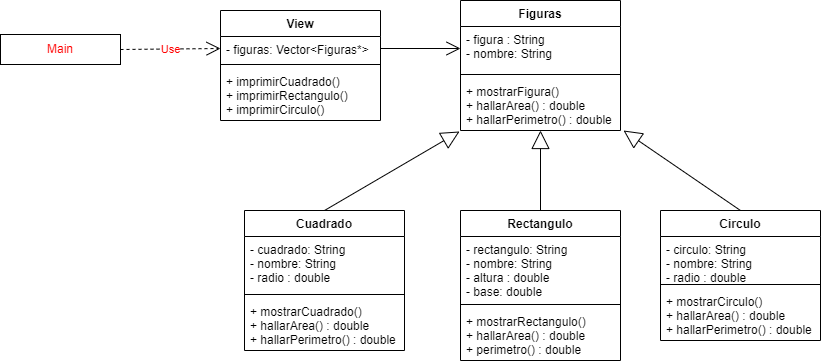
JuanRx19/FigurasPolimorfismo keeps this draw.io diagram as FigurasGeometricas.drawio.png. Above is the earlier version. Source tidied: cells renumbered, new cells last; positions are measured from the earlier drawing's top-left corner, leaving out a move shared by most shapes. Source of this version:
```xml
<mxGraphModel>
  <root>
    <mxCell id="0" />
    <mxCell id="1" parent="0" />
    <mxCell id="2" value="&lt;font color=&quot;#ff0000&quot;&gt;Main&lt;/font&gt;" style="rounded=0;whiteSpace=wrap;html=1;" parent="1" vertex="1">
      <mxGeometry y="34" width="120" height="30" as="geometry" />
    </mxCell>
    <mxCell id="3" value="&lt;font color=&quot;#ff0000&quot;&gt;Use&lt;/font&gt;" style="endArrow=open;endSize=12;dashed=1;html=1;rounded=0;exitX=1;exitY=0.5;exitDx=0;exitDy=0;entryX=0;entryY=0.5;entryDx=0;entryDy=0;" parent="1" edge="1" source="2" target="25">
      <mxGeometry relative="1" as="geometry" />
    </mxCell>
    <mxCell id="4" value="Figuras" style="swimlane;fontStyle=1;align=center;verticalAlign=top;horizontal=1;startSize=26;fontColor=#000000;strokeColor=#000000;" parent="1" vertex="1">
      <mxGeometry x="460" width="160" height="130" as="geometry" />
    </mxCell>
    <mxCell id="5" value="- figura : String&#10;- nombre: String" style="text;strokeColor=none;fillColor=none;align=left;verticalAlign=top;spacingLeft=4;spacingRight=4;overflow=hidden;points=[[0,0.5],[1,0.5]];portConstraint=eastwest;fontColor=#000000;" parent="4" vertex="1">
      <mxGeometry y="26" width="160" height="44" as="geometry" />
    </mxCell>
    <mxCell id="6" style="line;strokeWidth=1;fillColor=none;align=left;verticalAlign=middle;spacingTop=-1;spacingLeft=3;spacingRight=3;labelPosition=right;fontColor=#FF0000;" parent="4" vertex="1">
      <mxGeometry y="70" width="160" height="8" as="geometry" />
    </mxCell>
    <mxCell id="7" value="+ mostrarFigura()&#10;+ hallarArea() : double&#10;+ hallarPerimetro() : double" style="text;strokeColor=none;fillColor=none;align=left;verticalAlign=top;spacingLeft=4;spacingRight=4;overflow=hidden;points=[[0,0.5],[1,0.5]];portConstraint=eastwest;fontColor=#000000;" parent="4" vertex="1">
      <mxGeometry y="78" width="160" height="52" as="geometry" />
    </mxCell>
    <mxCell id="8" style="endArrow=open;endFill=1;endSize=12;html=1;rounded=0;fontColor=#000000;exitX=1;exitY=0.5;exitDx=0;exitDy=0;entryX=0;entryY=0.5;entryDx=0;entryDy=0;" parent="1" edge="1" source="25" target="5">
      <mxGeometry relative="1" as="geometry" />
    </mxCell>
    <mxCell id="9" style="endArrow=block;endSize=16;endFill=0;html=1;rounded=0;fontColor=#000000;exitX=0.5;exitY=0;exitDx=0;exitDy=0;entryX=-0.006;entryY=1.019;entryDx=0;entryDy=0;entryPerimeter=0;" parent="1" edge="1" source="10" target="7">
      <mxGeometry relative="1" as="geometry" />
    </mxCell>
    <mxCell id="10" value="Cuadrado" style="swimlane;fontStyle=1;align=center;verticalAlign=top;horizontal=1;startSize=26;fontColor=#000000;strokeColor=#000000;" parent="1" vertex="1">
      <mxGeometry x="244" y="210" width="160" height="140" as="geometry" />
    </mxCell>
    <mxCell id="11" value="- cuadrado: String&#10;- nombre: String&#10;- radio : double" style="text;strokeColor=none;fillColor=none;align=left;verticalAlign=top;spacingLeft=4;spacingRight=4;overflow=hidden;fontColor=#000000;" parent="10" vertex="1">
      <mxGeometry y="26" width="160" height="54" as="geometry" />
    </mxCell>
    <mxCell id="12" style="line;strokeWidth=1;fillColor=none;align=left;verticalAlign=middle;spacingTop=-1;spacingLeft=3;spacingRight=3;labelPosition=right;fontColor=#FF0000;" parent="10" vertex="1">
      <mxGeometry y="80" width="160" height="8" as="geometry" />
    </mxCell>
    <mxCell id="13" value="+ mostrarCuadrado()&#10;+ hallarArea() : double&#10;+ hallarPerimetro() : double" style="text;strokeColor=none;fillColor=none;align=left;verticalAlign=top;spacingLeft=4;spacingRight=4;overflow=hidden;fontColor=#000000;" parent="10" vertex="1">
      <mxGeometry y="88" width="160" height="52" as="geometry" />
    </mxCell>
    <mxCell id="14" value="Rectangulo" style="swimlane;fontStyle=1;align=center;verticalAlign=top;horizontal=1;startSize=26;fontColor=#000000;strokeColor=#000000;" parent="1" vertex="1">
      <mxGeometry x="460" y="210" width="160" height="150" as="geometry" />
    </mxCell>
    <mxCell id="15" value="- rectangulo: String&#10;- nombre: String&#10;- altura : double&#10;- base: double" style="text;strokeColor=none;fillColor=none;align=left;verticalAlign=top;spacingLeft=4;spacingRight=4;overflow=hidden;fontColor=#000000;" parent="14" vertex="1">
      <mxGeometry y="26" width="160" height="64" as="geometry" />
    </mxCell>
    <mxCell id="16" style="line;strokeWidth=1;fillColor=none;align=left;verticalAlign=middle;spacingTop=-1;spacingLeft=3;spacingRight=3;labelPosition=right;fontColor=#FF0000;" parent="14" vertex="1">
      <mxGeometry y="90" width="160" height="8" as="geometry" />
    </mxCell>
    <mxCell id="17" value="+ mostrarRectangulo()&#10;+ hallarArea() : double&#10;+ perimetro() : double" style="text;strokeColor=none;fillColor=none;align=left;verticalAlign=top;spacingLeft=4;spacingRight=4;overflow=hidden;fontColor=#000000;" parent="14" vertex="1">
      <mxGeometry y="98" width="160" height="52" as="geometry" />
    </mxCell>
    <mxCell id="18" style="endArrow=block;endSize=16;endFill=0;html=1;rounded=0;fontColor=#000000;exitX=0.5;exitY=0;exitDx=0;exitDy=0;" parent="1" edge="1" source="14" target="7">
      <mxGeometry relative="1" as="geometry" />
    </mxCell>
    <mxCell id="19" value="Circulo" style="swimlane;fontStyle=1;align=center;verticalAlign=top;horizontal=1;startSize=26;fontColor=#000000;strokeColor=#000000;" parent="1" vertex="1">
      <mxGeometry x="660" y="210" width="160" height="130" as="geometry" />
    </mxCell>
    <mxCell id="20" value="- circulo: String&#10;- nombre: String&#10;- radio : double" style="text;strokeColor=none;fillColor=none;align=left;verticalAlign=top;spacingLeft=4;spacingRight=4;overflow=hidden;fontColor=#000000;" parent="19" vertex="1">
      <mxGeometry y="26" width="160" height="44" as="geometry" />
    </mxCell>
    <mxCell id="21" style="line;strokeWidth=1;fillColor=none;align=left;verticalAlign=middle;spacingTop=-1;spacingLeft=3;spacingRight=3;labelPosition=right;fontColor=#FF0000;" parent="19" vertex="1">
      <mxGeometry y="70" width="160" height="8" as="geometry" />
    </mxCell>
    <mxCell id="22" value="+ mostrarCirculo()&#10;+ hallarArea() : double&#10;+ hallarPerimetro() : double" style="text;strokeColor=none;fillColor=none;align=left;verticalAlign=top;spacingLeft=4;spacingRight=4;overflow=hidden;fontColor=#000000;" parent="19" vertex="1">
      <mxGeometry y="78" width="160" height="52" as="geometry" />
    </mxCell>
    <mxCell id="23" style="endArrow=block;endSize=16;endFill=0;html=1;rounded=0;fontColor=#000000;exitX=0.5;exitY=0;exitDx=0;exitDy=0;entryX=1.019;entryY=1;entryDx=0;entryDy=0;entryPerimeter=0;" parent="1" edge="1" source="19" target="7">
      <mxGeometry relative="1" as="geometry" />
    </mxCell>
    <mxCell id="24" value="View" style="swimlane;fontStyle=1;align=center;verticalAlign=top;horizontal=1;startSize=26;fontColor=#000000;strokeColor=#000000;" parent="1" vertex="1">
      <mxGeometry x="220" y="10" width="160" height="110" as="geometry" />
    </mxCell>
    <mxCell id="25" value="- figuras: Vector&lt;Figuras*&gt;" style="text;strokeColor=none;fillColor=none;align=left;verticalAlign=top;spacingLeft=4;spacingRight=4;overflow=hidden;points=[[0,0.5],[1,0.5]];portConstraint=eastwest;fontColor=#000000;" parent="24" vertex="1">
      <mxGeometry y="26" width="160" height="24" as="geometry" />
    </mxCell>
    <mxCell id="26" style="line;strokeWidth=1;fillColor=none;align=left;verticalAlign=middle;spacingTop=-1;spacingLeft=3;spacingRight=3;labelPosition=right;fontColor=#FF0000;" parent="24" vertex="1">
      <mxGeometry y="50" width="160" height="8" as="geometry" />
    </mxCell>
    <mxCell id="27" value="+ imprimirCuadrado()&#10;+ imprimirRectangulo()&#10;+ imprimirCirculo()" style="text;strokeColor=none;fillColor=none;align=left;verticalAlign=top;spacingLeft=4;spacingRight=4;overflow=hidden;fontColor=#000000;" parent="24" vertex="1">
      <mxGeometry y="58" width="160" height="52" as="geometry" />
    </mxCell>
  </root>
</mxGraphModel>
```
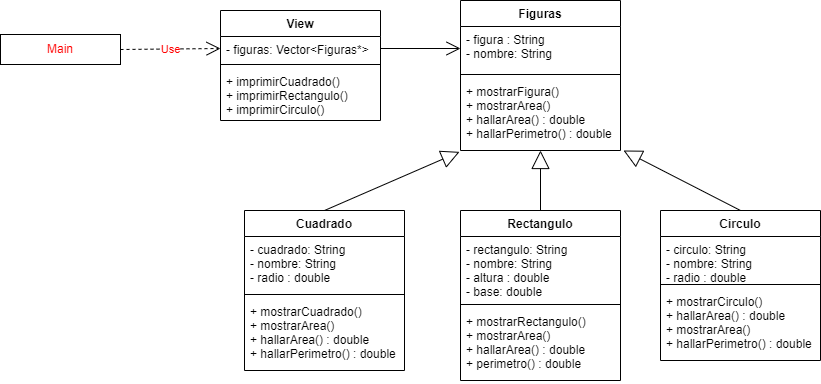
After the commit.

Commit message:
Actualizacion final - UML

Diff of the diagram source:
```diff
@@ -9,7 +9,7 @@
       <mxGeometry relative="1" as="geometry" />
     </mxCell>
     <mxCell id="4" value="Figuras" style="swimlane;fontStyle=1;align=center;verticalAlign=top;horizontal=1;startSize=26;fontColor=#000000;strokeColor=#000000;" parent="1" vertex="1">
-      <mxGeometry x="460" width="160" height="130" as="geometry" />
+      <mxGeometry x="460" width="160" height="150" as="geometry" />
     </mxCell>
     <mxCell id="5" value="- figura : String&#10;- nombre: String" style="text;strokeColor=none;fillColor=none;align=left;verticalAlign=top;spacingLeft=4;spacingRight=4;overflow=hidden;points=[[0,0.5],[1,0.5]];portConstraint=eastwest;fontColor=#000000;" parent="4" vertex="1">
       <mxGeometry y="26" width="160" height="44" as="geometry" />
@@ -17,8 +17,8 @@
     <mxCell id="6" style="line;strokeWidth=1;fillColor=none;align=left;verticalAlign=middle;spacingTop=-1;spacingLeft=3;spacingRight=3;labelPosition=right;fontColor=#FF0000;" parent="4" vertex="1">
       <mxGeometry y="70" width="160" height="8" as="geometry" />
     </mxCell>
-    <mxCell id="7" value="+ mostrarFigura()&#10;+ hallarArea() : double&#10;+ hallarPerimetro() : double" style="text;strokeColor=none;fillColor=none;align=left;verticalAlign=top;spacingLeft=4;spacingRight=4;overflow=hidden;points=[[0,0.5],[1,0.5]];portConstraint=eastwest;fontColor=#000000;" parent="4" vertex="1">
-      <mxGeometry y="78" width="160" height="52" as="geometry" />
+    <mxCell id="7" value="+ mostrarFigura()&#10;+ mostrarArea()&#10;+ hallarArea() : double&#10;+ hallarPerimetro() : double" style="text;strokeColor=none;fillColor=none;align=left;verticalAlign=top;spacingLeft=4;spacingRight=4;overflow=hidden;points=[[0,0.5],[1,0.5]];portConstraint=eastwest;fontColor=#000000;" parent="4" vertex="1">
+      <mxGeometry y="78" width="160" height="72" as="geometry" />
     </mxCell>
     <mxCell id="8" style="endArrow=open;endFill=1;endSize=12;html=1;rounded=0;fontColor=#000000;exitX=1;exitY=0.5;exitDx=0;exitDy=0;entryX=0;entryY=0.5;entryDx=0;entryDy=0;" parent="1" edge="1" source="25" target="5">
       <mxGeometry relative="1" as="geometry" />
@@ -27,7 +27,7 @@
       <mxGeometry relative="1" as="geometry" />
     </mxCell>
     <mxCell id="10" value="Cuadrado" style="swimlane;fontStyle=1;align=center;verticalAlign=top;horizontal=1;startSize=26;fontColor=#000000;strokeColor=#000000;" parent="1" vertex="1">
-      <mxGeometry x="244" y="210" width="160" height="140" as="geometry" />
+      <mxGeometry x="244" y="210" width="160" height="160" as="geometry" />
     </mxCell>
     <mxCell id="11" value="- cuadrado: String&#10;- nombre: String&#10;- radio : double" style="text;strokeColor=none;fillColor=none;align=left;verticalAlign=top;spacingLeft=4;spacingRight=4;overflow=hidden;fontColor=#000000;" parent="10" vertex="1">
       <mxGeometry y="26" width="160" height="54" as="geometry" />
@@ -35,11 +35,11 @@
     <mxCell id="12" style="line;strokeWidth=1;fillColor=none;align=left;verticalAlign=middle;spacingTop=-1;spacingLeft=3;spacingRight=3;labelPosition=right;fontColor=#FF0000;" parent="10" vertex="1">
       <mxGeometry y="80" width="160" height="8" as="geometry" />
     </mxCell>
-    <mxCell id="13" value="+ mostrarCuadrado()&#10;+ hallarArea() : double&#10;+ hallarPerimetro() : double" style="text;strokeColor=none;fillColor=none;align=left;verticalAlign=top;spacingLeft=4;spacingRight=4;overflow=hidden;fontColor=#000000;" parent="10" vertex="1">
-      <mxGeometry y="88" width="160" height="52" as="geometry" />
+    <mxCell id="13" value="+ mostrarCuadrado()&#10;+ mostrarArea()&#10;+ hallarArea() : double&#10;+ hallarPerimetro() : double" style="text;strokeColor=none;fillColor=none;align=left;verticalAlign=top;spacingLeft=4;spacingRight=4;overflow=hidden;fontColor=#000000;" parent="10" vertex="1">
+      <mxGeometry y="88" width="160" height="72" as="geometry" />
     </mxCell>
     <mxCell id="14" value="Rectangulo" style="swimlane;fontStyle=1;align=center;verticalAlign=top;horizontal=1;startSize=26;fontColor=#000000;strokeColor=#000000;" parent="1" vertex="1">
-      <mxGeometry x="460" y="210" width="160" height="150" as="geometry" />
+      <mxGeometry x="460" y="210" width="160" height="170" as="geometry" />
     </mxCell>
     <mxCell id="15" value="- rectangulo: String&#10;- nombre: String&#10;- altura : double&#10;- base: double" style="text;strokeColor=none;fillColor=none;align=left;verticalAlign=top;spacingLeft=4;spacingRight=4;overflow=hidden;fontColor=#000000;" parent="14" vertex="1">
       <mxGeometry y="26" width="160" height="64" as="geometry" />
@@ -47,14 +47,14 @@
     <mxCell id="16" style="line;strokeWidth=1;fillColor=none;align=left;verticalAlign=middle;spacingTop=-1;spacingLeft=3;spacingRight=3;labelPosition=right;fontColor=#FF0000;" parent="14" vertex="1">
       <mxGeometry y="90" width="160" height="8" as="geometry" />
     </mxCell>
-    <mxCell id="17" value="+ mostrarRectangulo()&#10;+ hallarArea() : double&#10;+ perimetro() : double" style="text;strokeColor=none;fillColor=none;align=left;verticalAlign=top;spacingLeft=4;spacingRight=4;overflow=hidden;fontColor=#000000;" parent="14" vertex="1">
-      <mxGeometry y="98" width="160" height="52" as="geometry" />
+    <mxCell id="17" value="+ mostrarRectangulo()&#10;+ mostrarArea()&#10;+ hallarArea() : double&#10;+ perimetro() : double" style="text;strokeColor=none;fillColor=none;align=left;verticalAlign=top;spacingLeft=4;spacingRight=4;overflow=hidden;fontColor=#000000;" parent="14" vertex="1">
+      <mxGeometry y="98" width="160" height="72" as="geometry" />
     </mxCell>
     <mxCell id="18" style="endArrow=block;endSize=16;endFill=0;html=1;rounded=0;fontColor=#000000;exitX=0.5;exitY=0;exitDx=0;exitDy=0;" parent="1" edge="1" source="14" target="7">
       <mxGeometry relative="1" as="geometry" />
     </mxCell>
     <mxCell id="19" value="Circulo" style="swimlane;fontStyle=1;align=center;verticalAlign=top;horizontal=1;startSize=26;fontColor=#000000;strokeColor=#000000;" parent="1" vertex="1">
-      <mxGeometry x="660" y="210" width="160" height="130" as="geometry" />
+      <mxGeometry x="660" y="210" width="160" height="150" as="geometry" />
     </mxCell>
     <mxCell id="20" value="- circulo: String&#10;- nombre: String&#10;- radio : double" style="text;strokeColor=none;fillColor=none;align=left;verticalAlign=top;spacingLeft=4;spacingRight=4;overflow=hidden;fontColor=#000000;" parent="19" vertex="1">
       <mxGeometry y="26" width="160" height="44" as="geometry" />
@@ -62,8 +62,8 @@
     <mxCell id="21" style="line;strokeWidth=1;fillColor=none;align=left;verticalAlign=middle;spacingTop=-1;spacingLeft=3;spacingRight=3;labelPosition=right;fontColor=#FF0000;" parent="19" vertex="1">
       <mxGeometry y="70" width="160" height="8" as="geometry" />
     </mxCell>
-    <mxCell id="22" value="+ mostrarCirculo()&#10;+ hallarArea() : double&#10;+ hallarPerimetro() : double" style="text;strokeColor=none;fillColor=none;align=left;verticalAlign=top;spacingLeft=4;spacingRight=4;overflow=hidden;fontColor=#000000;" parent="19" vertex="1">
-      <mxGeometry y="78" width="160" height="52" as="geometry" />
+    <mxCell id="22" value="+ mostrarCirculo()&#10;+ hallarArea() : double&#10;+ mostrarArea()&#10;+ hallarPerimetro() : double" style="text;strokeColor=none;fillColor=none;align=left;verticalAlign=top;spacingLeft=4;spacingRight=4;overflow=hidden;fontColor=#000000;" parent="19" vertex="1">
+      <mxGeometry y="78" width="160" height="72" as="geometry" />
     </mxCell>
     <mxCell id="23" style="endArrow=block;endSize=16;endFill=0;html=1;rounded=0;fontColor=#000000;exitX=0.5;exitY=0;exitDx=0;exitDy=0;entryX=1.019;entryY=1;entryDx=0;entryDy=0;entryPerimeter=0;" parent="1" edge="1" source="19" target="7">
       <mxGeometry relative="1" as="geometry" />
```
